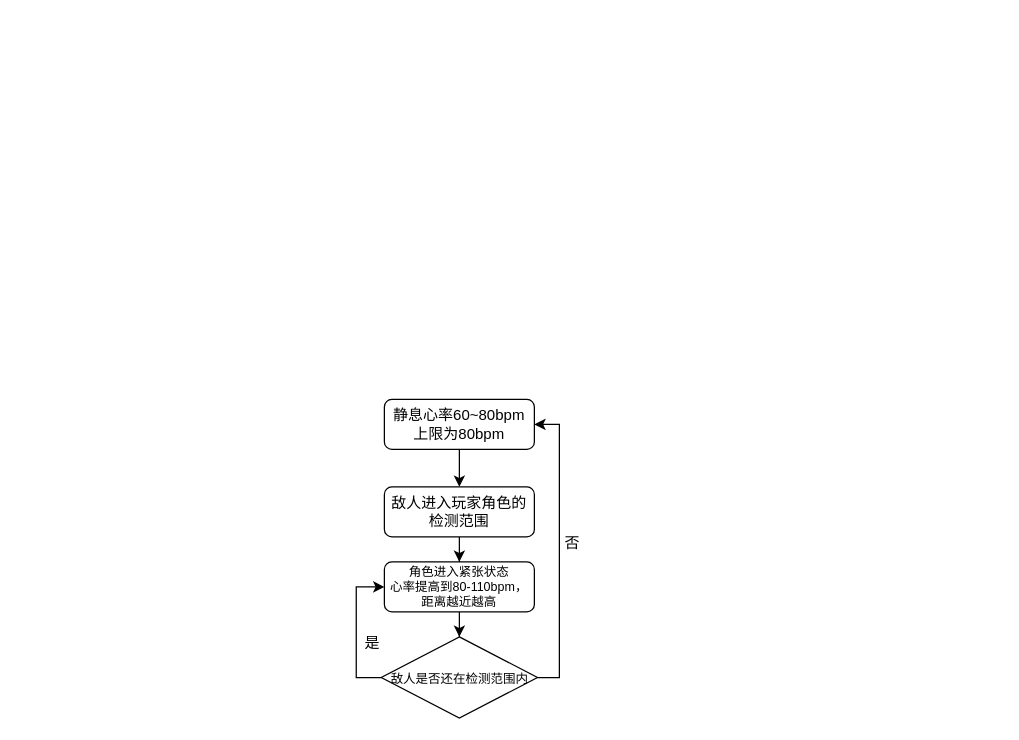
Sandoleathy/LIVE-ON keeps this draw.io diagram as Design-File/UML/心率系统.drawio. Above is the earlier version. Source tidied: cells renumbered, new cells numbered last; positions are measured from the earlier drawing's top-left corner, leaving out a move shared by most shapes. Both pictures are drawn from the tidied source at 125%, with x=0, y=0 at pixel (346, 399).
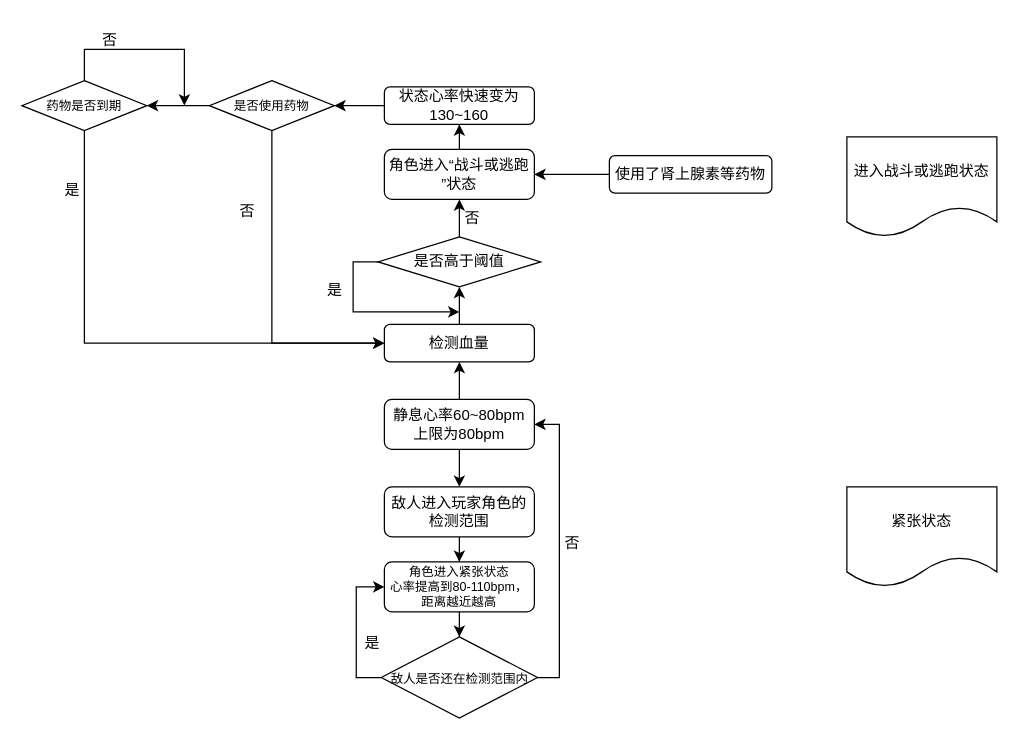
After the change.

Unchanged cells that the change refers to:
```xml
<mxCell id="3" value="静息心率60~80bpm&lt;br&gt;上限为80bpm" style="rounded=1;whiteSpace=wrap;html=1;fontSize=12;glass=0;strokeWidth=1;shadow=0;" parent="1" vertex="1">
  <mxGeometry x="30" width="120" height="40" as="geometry" />
</mxCell>
```

The edit, as a diff of the source:
```diff
@@
+    <mxCell id="13" style="edgeStyle=orthogonalEdgeStyle;rounded=0;jettySize=auto;html=1;entryX=0.5;entryY=1;entryDx=0;entryDy=0;" parent="1" edge="1" source="3" target="19">
+      <mxGeometry relative="1" as="geometry" />
+    </mxCell>
@@
+    <mxCell id="14" style="edgeStyle=orthogonalEdgeStyle;rounded=0;jettySize=auto;html=1;entryX=0.5;entryY=1;entryDx=0;entryDy=0;" parent="1" edge="1" source="15" target="26">
+      <mxGeometry relative="1" as="geometry" />
+    </mxCell>
+    <mxCell id="15" value="角色进入“战斗或逃跑&lt;br&gt;”状态" style="rounded=1;whiteSpace=wrap;html=1;" parent="1" vertex="1">
+      <mxGeometry x="30" y="-200" width="120" height="40" as="geometry" />
+    </mxCell>
+    <mxCell id="16" style="edgeStyle=orthogonalEdgeStyle;rounded=0;jettySize=auto;html=1;entryX=1;entryY=0.5;entryDx=0;entryDy=0;" parent="1" edge="1" source="17" target="15">
+      <mxGeometry relative="1" as="geometry" />
+    </mxCell>
+    <mxCell id="17" value="使用了肾上腺素等药物" style="rounded=1;whiteSpace=wrap;html=1;" parent="1" vertex="1">
+      <mxGeometry x="210" y="-195" width="130" height="30" as="geometry" />
+    </mxCell>
+    <mxCell id="18" style="edgeStyle=orthogonalEdgeStyle;rounded=0;jettySize=auto;html=1;entryX=0.5;entryY=1;entryDx=0;entryDy=0;" parent="1" edge="1" source="19" target="22">
+      <mxGeometry relative="1" as="geometry" />
+    </mxCell>
+    <mxCell id="19" value="检测血量" style="rounded=1;whiteSpace=wrap;html=1;" parent="1" vertex="1">
+      <mxGeometry x="30" y="-60" width="120" height="30" as="geometry" />
+    </mxCell>
+    <mxCell id="20" style="edgeStyle=orthogonalEdgeStyle;rounded=0;jettySize=auto;html=1;entryX=0.5;entryY=1;entryDx=0;entryDy=0;" parent="1" edge="1" source="22" target="15">
+      <mxGeometry relative="1" as="geometry" />
+    </mxCell>
+    <mxCell id="21" style="edgeStyle=orthogonalEdgeStyle;rounded=0;jettySize=auto;html=1;" parent="1" edge="1" source="22">
+      <mxGeometry relative="1" as="geometry">
+        <mxPoint x="90" y="-70" as="targetPoint" />
+        <Array as="points">
+          <mxPoint x="5" y="-110" />
+          <mxPoint x="5" y="-70" />
+          <mxPoint x="90" y="-70" />
+        </Array>
+      </mxGeometry>
+    </mxCell>
+    <mxCell id="22" value="是否高于阈值" style="rhombus;whiteSpace=wrap;html=1;" parent="1" vertex="1">
+      <mxGeometry x="25" y="-130" width="130" height="40" as="geometry" />
+    </mxCell>
+    <mxCell id="23" value="否" style="text;html=1;align=center;verticalAlign=middle;strokeColor=none;fillColor=none;" parent="1" vertex="1">
+      <mxGeometry x="80" y="-160" width="40" height="30" as="geometry" />
+    </mxCell>
+    <mxCell id="24" value="是" style="text;html=1;align=center;verticalAlign=middle;strokeColor=none;fillColor=none;" parent="1" vertex="1">
+      <mxGeometry x="-30" y="-102" width="40" height="30" as="geometry" />
+    </mxCell>
+    <mxCell id="25" style="edgeStyle=orthogonalEdgeStyle;rounded=0;jettySize=auto;html=1;entryX=1;entryY=0.5;entryDx=0;entryDy=0;" parent="1" edge="1" source="26" target="29">
+      <mxGeometry relative="1" as="geometry" />
+    </mxCell>
+    <mxCell id="26" value="状态心率快速变为130~160" style="rounded=1;whiteSpace=wrap;html=1;" parent="1" vertex="1">
+      <mxGeometry x="30" y="-250" width="120" height="30" as="geometry" />
+    </mxCell>
+    <mxCell id="27" style="edgeStyle=orthogonalEdgeStyle;rounded=0;jettySize=auto;html=1;entryX=0;entryY=0.5;entryDx=0;entryDy=0;" parent="1" edge="1" source="29" target="19">
+      <mxGeometry relative="1" as="geometry">
+        <Array as="points">
+          <mxPoint x="-60" y="-45" />
+        </Array>
+      </mxGeometry>
+    </mxCell>
+    <mxCell id="28" style="edgeStyle=orthogonalEdgeStyle;rounded=0;jettySize=auto;html=1;" parent="1" edge="1" source="29" target="33">
+      <mxGeometry relative="1" as="geometry" />
+    </mxCell>
+    <mxCell id="29" value="&lt;font style=&quot;font-size: 10px;&quot;&gt;是否使用药物&lt;/font&gt;" style="rhombus;whiteSpace=wrap;html=1;" parent="1" vertex="1">
+      <mxGeometry x="-110" y="-255" width="100" height="40" as="geometry" />
+    </mxCell>
+    <mxCell id="30" value="否" style="text;html=1;align=center;verticalAlign=middle;strokeColor=none;fillColor=none;" parent="1" vertex="1">
+      <mxGeometry x="-100" y="-165" width="40" height="30" as="geometry" />
+    </mxCell>
+    <mxCell id="31" style="edgeStyle=orthogonalEdgeStyle;rounded=0;jettySize=auto;html=1;exitX=0.5;exitY=0;exitDx=0;exitDy=0;" parent="1" edge="1" source="33">
+      <mxGeometry relative="1" as="geometry">
+        <mxPoint x="-130" y="-235" as="targetPoint" />
+        <Array as="points">
+          <mxPoint x="-210" y="-280" />
+          <mxPoint x="-130" y="-280" />
+        </Array>
+      </mxGeometry>
+    </mxCell>
+    <mxCell id="32" style="edgeStyle=orthogonalEdgeStyle;rounded=0;jettySize=auto;html=1;entryX=0;entryY=0.5;entryDx=0;entryDy=0;exitX=0.5;exitY=1;exitDx=0;exitDy=0;" parent="1" edge="1" source="33" target="19">
+      <mxGeometry relative="1" as="geometry">
+        <Array as="points">
+          <mxPoint x="-210" y="-45" />
+        </Array>
+      </mxGeometry>
+    </mxCell>
+    <mxCell id="33" value="&lt;font style=&quot;font-size: 10px;&quot;&gt;药物是否到期&lt;/font&gt;" style="rhombus;whiteSpace=wrap;html=1;" parent="1" vertex="1">
+      <mxGeometry x="-260" y="-255" width="100" height="40" as="geometry" />
+    </mxCell>
+    <mxCell id="34" value="否" style="text;html=1;align=center;verticalAlign=middle;strokeColor=none;fillColor=none;" parent="1" vertex="1">
+      <mxGeometry x="-210" y="-302" width="40" height="30" as="geometry" />
+    </mxCell>
+    <mxCell id="35" value="是" style="text;html=1;align=center;verticalAlign=middle;strokeColor=none;fillColor=none;" parent="1" vertex="1">
+      <mxGeometry x="-240" y="-182" width="40" height="30" as="geometry" />
+    </mxCell>
+    <mxCell id="36" value="进入战斗或逃跑状态" style="shape=document;whiteSpace=wrap;html=1;boundedLbl=1;" parent="1" vertex="1">
+      <mxGeometry x="400" y="-210" width="120" height="80" as="geometry" />
+    </mxCell>
+    <mxCell id="37" value="紧张状态" style="shape=document;whiteSpace=wrap;html=1;boundedLbl=1;" parent="1" vertex="1">
+      <mxGeometry x="400" y="70" width="120" height="80" as="geometry" />
+    </mxCell>
```
